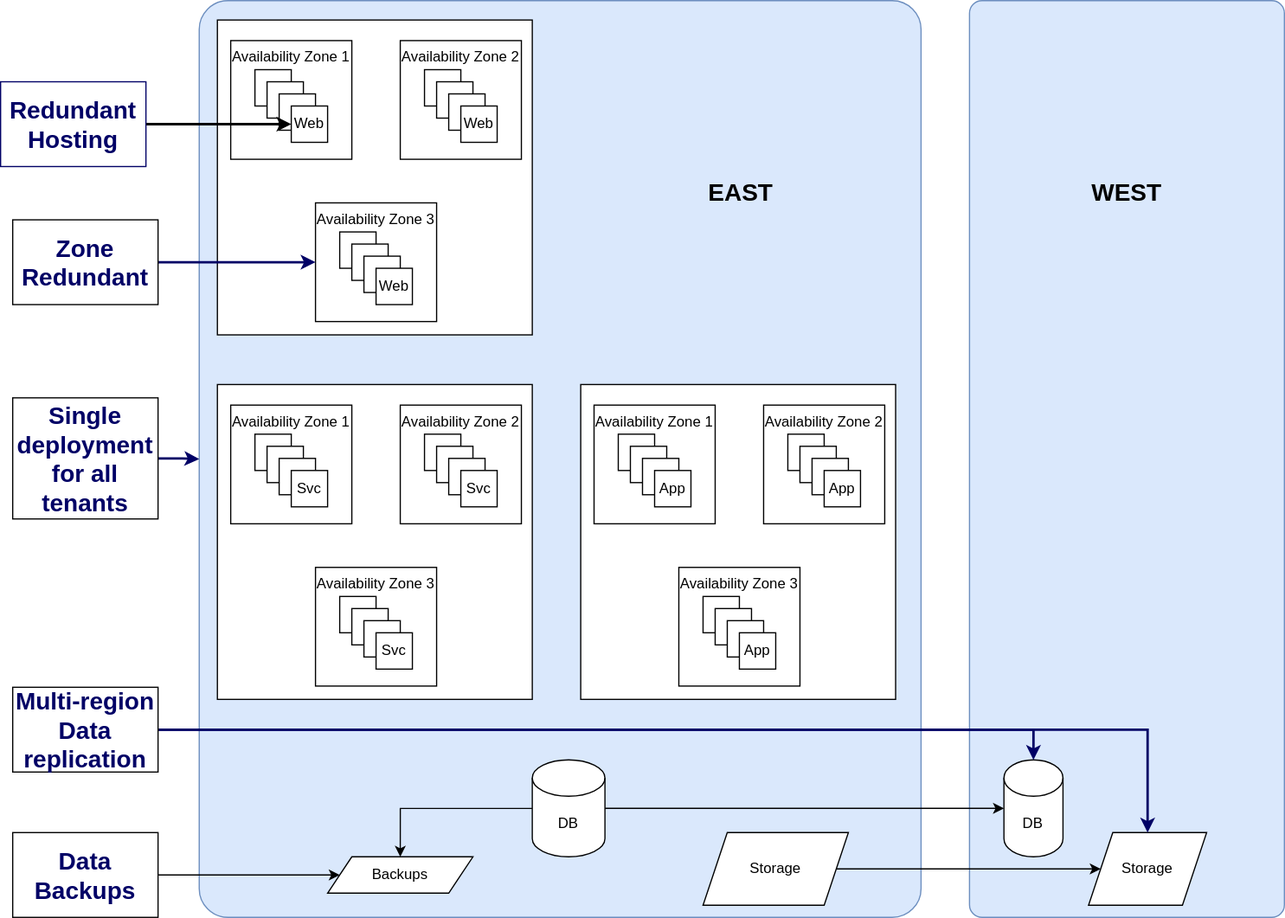
The draw.io diagram dr/DRBCP.svg in vjavle/invoicecloud, before a commit. Source tidied: cells renumbered, new cells last; positions are measured from the earlier drawing's top-left corner, leaving out a move shared by most shapes.
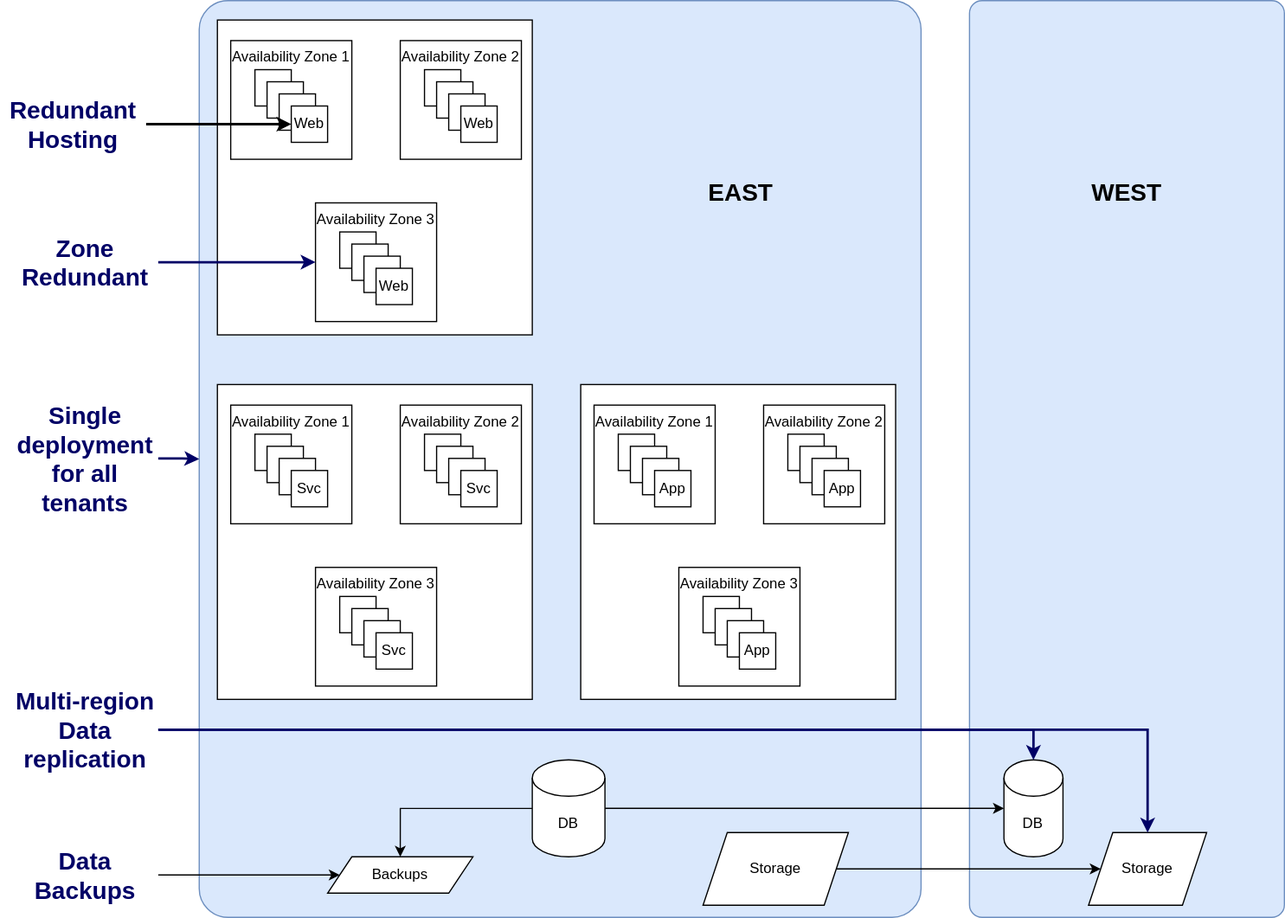
The same diagram one commit later.

Change to the diagram source:
```diff
@@ -224,16 +224,16 @@
     <mxCell id="75" style="edgeStyle=orthogonalEdgeStyle;rounded=0;jettySize=auto;html=1;fontSize=20;fontColor=#000066;strokeColor=#000066;strokeWidth=2;" parent="1" edge="1" source="76" target="8">
       <mxGeometry relative="1" as="geometry" />
     </mxCell>
-    <mxCell id="76" value="Multi-region Data replication" style="rounded=0;whiteSpace=wrap;html=1;fontSize=20;fontColor=#000066;strokeWidth=0;fontStyle=1;" parent="1" vertex="1">
+    <mxCell id="76" value="Multi-region Data replication" style="rounded=0;whiteSpace=wrap;html=1;fontSize=20;fontColor=#000066;strokeWidth=0;fontStyle=1;strokeColor=none;" parent="1" vertex="1">
       <mxGeometry x="10" y="567" width="120" height="70" as="geometry" />
     </mxCell>
-    <mxCell id="77" value="Zone&lt;br&gt;Redundant" style="rounded=0;whiteSpace=wrap;html=1;fontSize=20;fontColor=#000066;strokeWidth=0;fontStyle=1;" parent="1" vertex="1">
+    <mxCell id="77" value="Zone&lt;br&gt;Redundant" style="rounded=0;whiteSpace=wrap;html=1;fontSize=20;fontColor=#000066;strokeWidth=0;fontStyle=1;strokeColor=none;" parent="1" vertex="1">
       <mxGeometry x="10" y="181" width="120" height="70" as="geometry" />
     </mxCell>
-    <mxCell id="78" value="Redundant&lt;br&gt;Hosting" style="rounded=0;whiteSpace=wrap;html=1;fontSize=20;fontColor=#000066;strokeWidth=0;fontStyle=1;strokeColor=#000066;" parent="1" vertex="1">
+    <mxCell id="78" value="Redundant&lt;br&gt;Hosting" style="rounded=0;whiteSpace=wrap;html=1;fontSize=20;fontColor=#000066;strokeWidth=0;fontStyle=1;strokeColor=none;" parent="1" vertex="1">
       <mxGeometry y="67" width="120" height="70" as="geometry" />
     </mxCell>
-    <mxCell id="79" value="Single deployment for all tenants" style="rounded=0;whiteSpace=wrap;html=1;fontSize=20;fontColor=#000066;strokeWidth=0;fontStyle=1;" parent="1" vertex="1">
+    <mxCell id="79" value="Single deployment for all tenants" style="rounded=0;whiteSpace=wrap;html=1;fontSize=20;fontColor=#000066;strokeWidth=0;fontStyle=1;strokeColor=none;" parent="1" vertex="1">
       <mxGeometry x="10" y="328" width="120" height="100" as="geometry" />
     </mxCell>
     <mxCell id="80" value="Backups" style="shape=parallelogram;perimeter=parallelogramPerimeter;whiteSpace=wrap;html=1;fixedSize=1;" parent="1" vertex="1">
@@ -242,7 +242,7 @@
     <mxCell id="81" style="edgeStyle=orthogonalEdgeStyle;rounded=0;jettySize=auto;html=1;fontSize=20;fontColor=#000066;strokeColor=#000000;strokeWidth=1;" parent="1" edge="1" source="82" target="80">
       <mxGeometry relative="1" as="geometry" />
     </mxCell>
-    <mxCell id="82" value="Data Backups" style="rounded=0;whiteSpace=wrap;html=1;fontSize=20;fontColor=#000066;strokeWidth=0;fontStyle=1;" parent="1" vertex="1">
+    <mxCell id="82" value="Data Backups" style="rounded=0;whiteSpace=wrap;html=1;fontSize=20;fontColor=#000066;strokeWidth=0;fontStyle=1;strokeColor=none;" parent="1" vertex="1">
       <mxGeometry x="10" y="687" width="120" height="70" as="geometry" />
     </mxCell>
   </root>
```
